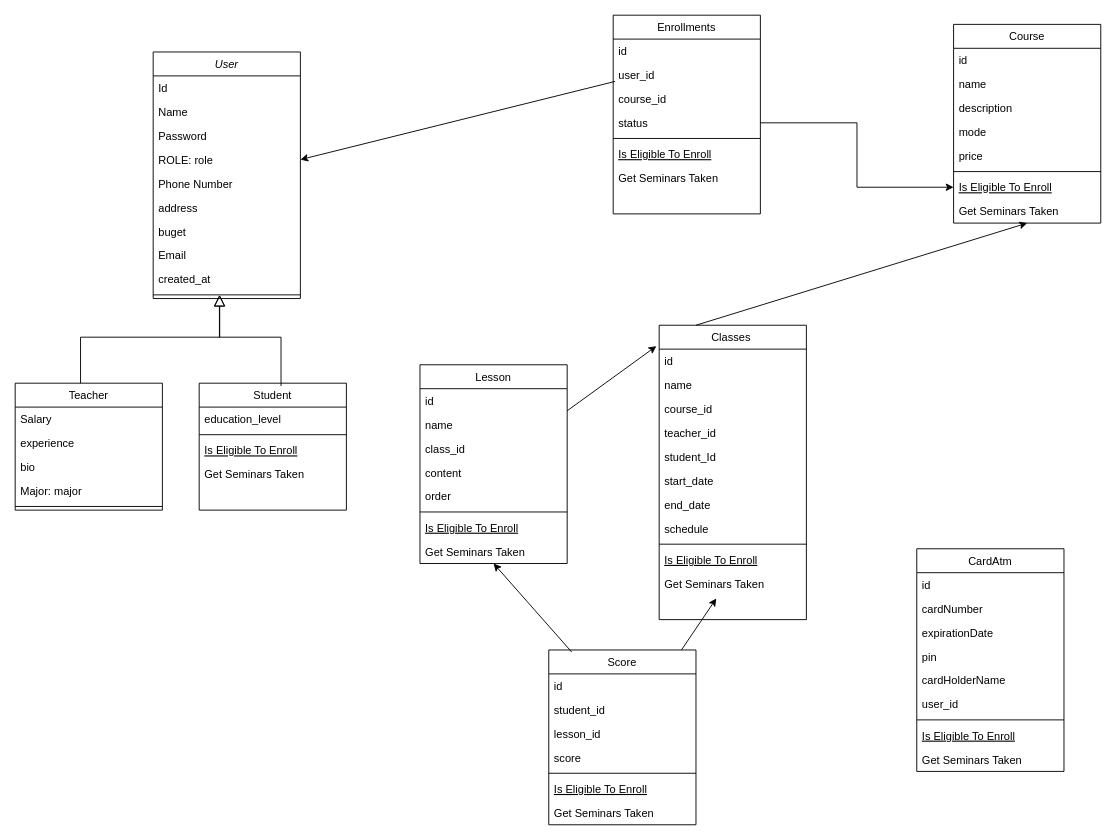
The draw.io diagram ManageTech/Biểu đồ không có tiêu đề.drawio in HieuNguyen06nd/JAVA-CORE---30, before the edit. Source tidied: cells renumbered, new cells numbered last; positions are measured from the earlier drawing's top-left corner, leaving out a move shared by most shapes. Both pictures are drawn from the tidied source at 92%, with x=0, y=0 at pixel (15, 15).
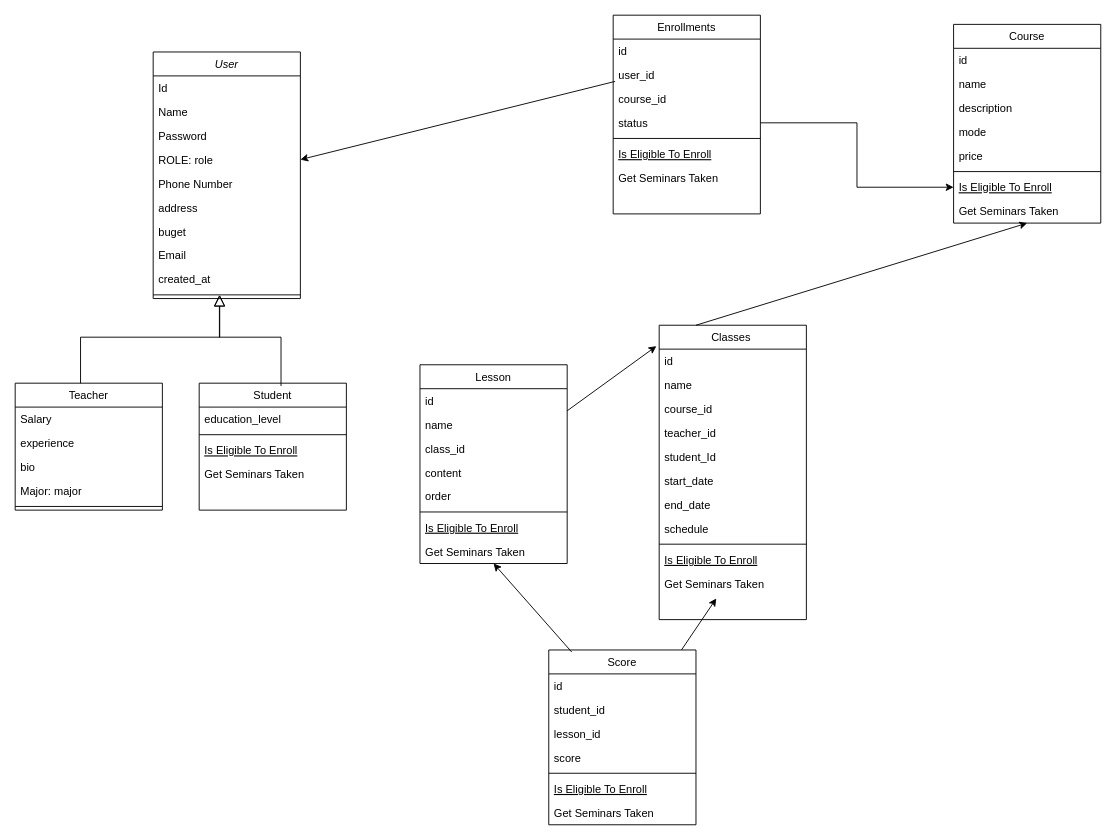
The same page after the edit.

Commit message:
Cập nhật Biểu đồ không có tiêu đề.drawio

Diff of the diagram source:
```diff
@@
-    <mxCell id="78" value="CardAtm" style="swimlane;fontStyle=0;align=center;verticalAlign=top;horizontal=1;startSize=26;rounded=0;shadow=0;strokeWidth=1;" parent="1" vertex="1">
-      <mxGeometry x="980" y="580" width="160" height="242" as="geometry" />
-    </mxCell>
-    <mxCell id="79" value="id" style="text;align=left;verticalAlign=top;spacingLeft=4;spacingRight=4;overflow=hidden;" parent="78" vertex="1">
-      <mxGeometry y="26" width="160" height="26" as="geometry" />
-    </mxCell>
-    <mxCell id="80" value="cardNumber" style="text;align=left;verticalAlign=top;spacingLeft=4;spacingRight=4;overflow=hidden;" parent="78" vertex="1">
-      <mxGeometry y="52" width="160" height="26" as="geometry" />
-    </mxCell>
-    <mxCell id="81" value="expirationDate" style="text;align=left;verticalAlign=top;spacingLeft=4;spacingRight=4;overflow=hidden;" parent="78" vertex="1">
-      <mxGeometry y="78" width="160" height="26" as="geometry" />
-    </mxCell>
-    <mxCell id="82" value="pin" style="text;align=left;verticalAlign=top;spacingLeft=4;spacingRight=4;overflow=hidden;" parent="78" vertex="1">
-      <mxGeometry y="104" width="160" height="26" as="geometry" />
-    </mxCell>
-    <mxCell id="83" value="cardHolderName" style="text;align=left;verticalAlign=top;spacingLeft=4;spacingRight=4;overflow=hidden;" parent="78" vertex="1">
-      <mxGeometry y="130" width="160" height="26" as="geometry" />
-    </mxCell>
-    <mxCell id="84" value="user_id" style="text;align=left;verticalAlign=top;spacingLeft=4;spacingRight=4;overflow=hidden;" parent="78" vertex="1">
-      <mxGeometry y="156" width="160" height="26" as="geometry" />
-    </mxCell>
-    <mxCell id="85" style="line;html=1;strokeWidth=1;align=left;verticalAlign=middle;spacingTop=-1;spacingLeft=3;spacingRight=3;labelPosition=right;" parent="78" vertex="1">
-      <mxGeometry y="182" width="160" height="8" as="geometry" />
-    </mxCell>
-    <mxCell id="86" value="Is Eligible To Enroll" style="text;align=left;verticalAlign=top;spacingLeft=4;spacingRight=4;overflow=hidden;fontStyle=4;" parent="78" vertex="1">
-      <mxGeometry y="190" width="160" height="26" as="geometry" />
-    </mxCell>
-    <mxCell id="87" value="Get Seminars Taken" style="text;align=left;verticalAlign=top;spacingLeft=4;spacingRight=4;overflow=hidden;" parent="78" vertex="1">
-      <mxGeometry y="216" width="160" height="26" as="geometry" />
-    </mxCell>
```
